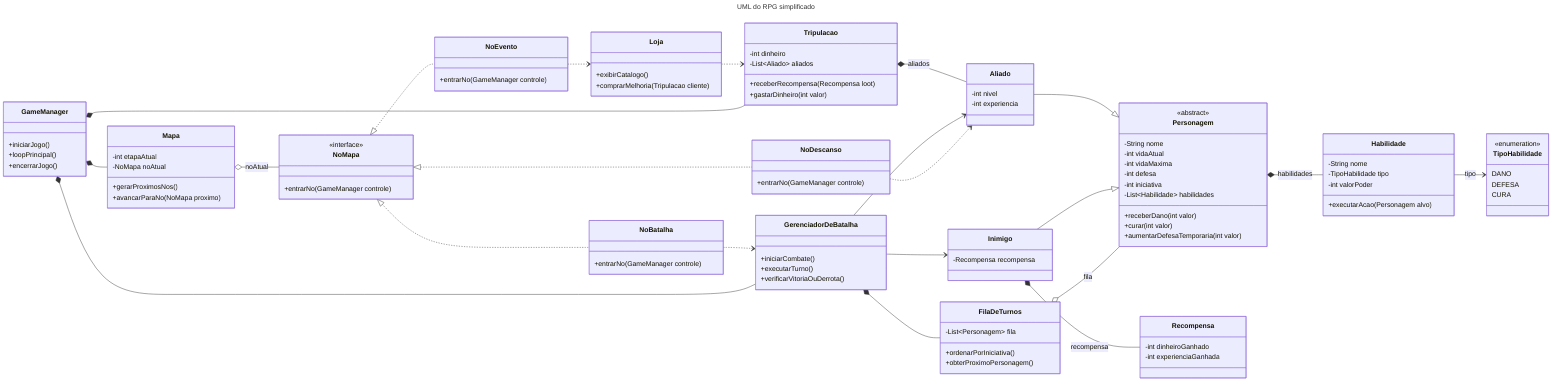
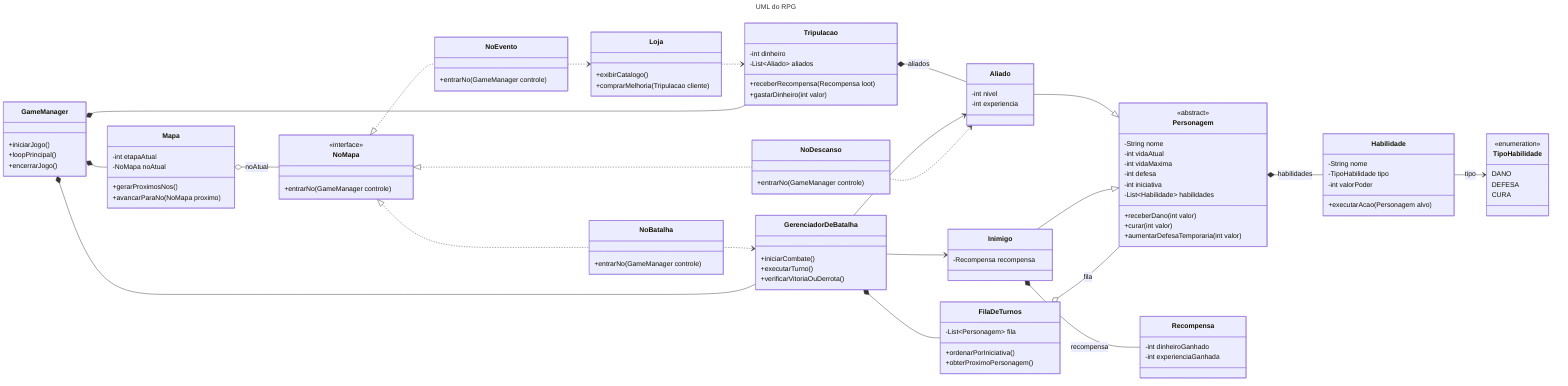
---
- title: UML do RPG simplificado
+ title: UML do RPG
---
classDiagram
    direction LR

    class TipoHabilidade <<enumeration>> {
        DANO
        DEFESA
        CURA
    }

    class Habilidade {
        -String nome
        -TipoHabilidade tipo
        -int valorPoder
        +executarAcao(Personagem alvo)
    }

    class Personagem <<abstract>> {
        -String nome
        -int vidaAtual
        -int vidaMaxima
        -int defesa
        -int iniciativa
        -List~Habilidade~ habilidades
        +receberDano(int valor)
        +curar(int valor)
        +aumentarDefesaTemporaria(int valor)
    }

    class Aliado {
        -int nivel
        -int experiencia
    }

    class Inimigo {
        -Recompensa recompensa
    }

    class Recompensa {
        -int dinheiroGanhado
        -int experienciaGanhada
    }

    class Loja {
        +exibirCatalogo()
        +comprarMelhoria(Tripulacao cliente)
    }

    class Mapa {
        -int etapaAtual
        -NoMapa noAtual
        +gerarProximosNos()
        +avancarParaNo(NoMapa proximo)
    }

    class NoMapa <<interface>> {
        +entrarNo(GameManager controle)
    }

    class NoBatalha {
        +entrarNo(GameManager controle)
    }

    class NoEvento {
        +entrarNo(GameManager controle)
    }

    class NoDescanso {
        +entrarNo(GameManager controle)
    }

    class Tripulacao {
        -int dinheiro
        -List~Aliado~ aliados
        +receberRecompensa(Recompensa loot)
        +gastarDinheiro(int valor)
    }

    class FilaDeTurnos {
        -List~Personagem~ fila
        +ordenarPorIniciativa()
        +obterProximoPersonagem()
    }

    class GerenciadorDeBatalha {
        +iniciarCombate()
        +executarTurno()
        +verificarVitoriaOuDerrota()
    }

    class GameManager {
        +iniciarJogo()
        +loopPrincipal()
        +encerrarJogo()
    }

    Personagem *-- Habilidade : habilidades
    Habilidade --> TipoHabilidade : tipo
    Aliado --|> Personagem
    Inimigo --|> Personagem
    Inimigo *-- Recompensa : recompensa
    Tripulacao *-- Aliado : aliados
    FilaDeTurnos o-- Personagem : fila
    GerenciadorDeBatalha *-- FilaDeTurnos
    GerenciadorDeBatalha --> Aliado
    GerenciadorDeBatalha --> Inimigo
    Mapa o-- NoMapa : noAtual
    NoMapa <|.. NoBatalha
    NoMapa <|.. NoEvento
    NoMapa <|.. NoDescanso
    NoBatalha ..> GerenciadorDeBatalha
    NoEvento ..> Loja
    NoDescanso ..> Aliado
    Loja ..> Tripulacao
    GameManager *-- Mapa
    GameManager *-- Tripulacao
    GameManager *-- GerenciadorDeBatalha
